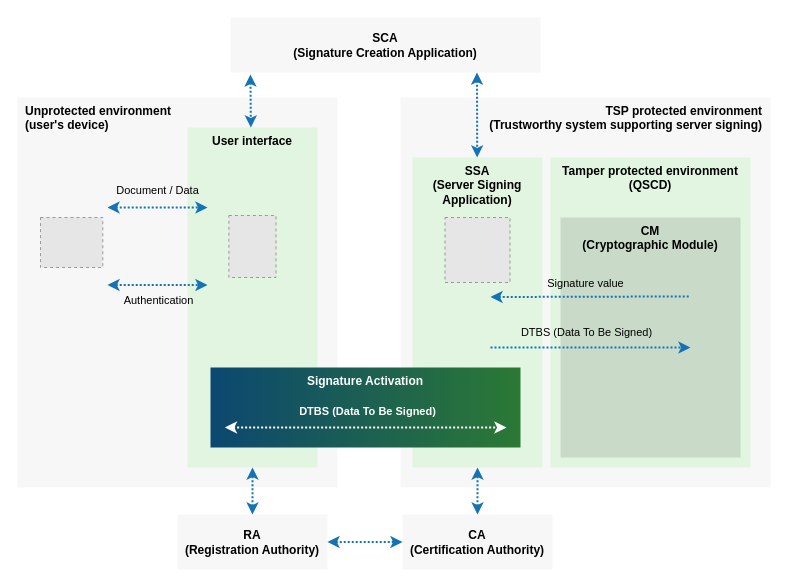
Earlier version of the draw.io diagram page "SCAL1" (2 of 4) of docs/assets/sam-integration/SCAL.drawio (OmniTrustILM/documentation). Source tidied: cells renumbered, new cells numbered last; positions are measured from the earlier drawing's top-left corner, leaving out a move shared by most shapes. Both pictures are drawn from the tidied source at 100%, with x=0, y=0 at pixel (17, 17). Pictures stored in the file or linked from it are replaced by grey dashed boxes.
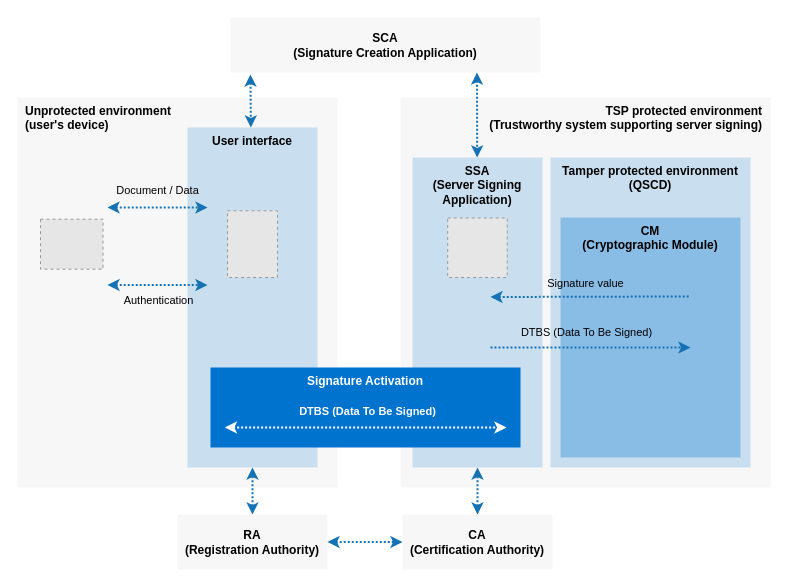
The same diagram, later.

What changed in the source:
```diff
@@
-    <mxCell id="3" value="User interface" style="rounded=0;whiteSpace=wrap;html=1;fontFamily=Arial;verticalAlign=top;strokeColor=none;fillColor=#E1F5E0;fontStyle=1;" parent="1" vertex="1">
+    <mxCell id="3" value="User interface" style="rounded=0;whiteSpace=wrap;html=1;fontFamily=Arial;verticalAlign=top;strokeColor=none;fillColor=#0073CF30;fontStyle=1;" parent="1" vertex="1">
       <mxGeometry x="170" y="110" width="130" height="340" as="geometry" />
     </mxCell>
@@
-    <mxCell id="5" value="SSA&lt;br&gt;(Server Signing Application)" style="rounded=0;whiteSpace=wrap;html=1;fontFamily=Arial;verticalAlign=top;strokeColor=none;fillColor=#E1F5E0;fontStyle=1;" parent="1" vertex="1">
+    <mxCell id="5" value="SSA&lt;br&gt;(Server Signing Application)" style="rounded=0;whiteSpace=wrap;html=1;fontFamily=Arial;verticalAlign=top;strokeColor=none;fillColor=#0073CF30;fontStyle=1;" parent="1" vertex="1">
       <mxGeometry x="395" y="140" width="130" height="310" as="geometry" />
     </mxCell>
-    <mxCell id="6" value="Tamper protected environment&lt;br&gt;(QSCD)" style="rounded=0;whiteSpace=wrap;html=1;fontFamily=Arial;verticalAlign=top;strokeColor=none;fillColor=#E1F5E0;fontStyle=1;" parent="1" vertex="1">
+    <mxCell id="6" value="Tamper protected environment&lt;br&gt;(QSCD)" style="rounded=0;whiteSpace=wrap;html=1;fontFamily=Arial;verticalAlign=top;strokeColor=none;fillColor=#0073CF30;fontStyle=1;" parent="1" vertex="1">
       <mxGeometry x="533" y="140" width="200" height="310" as="geometry" />
     </mxCell>
-    <mxCell id="7" value="CM&lt;br&gt;(Cryptographic Module)" style="rounded=0;whiteSpace=wrap;html=1;fontFamily=Arial;verticalAlign=top;strokeColor=none;fillColor=#C9DBC8;fontStyle=1;" parent="1" vertex="1">
+    <mxCell id="7" value="CM&lt;br&gt;(Cryptographic Module)" style="rounded=0;whiteSpace=wrap;html=1;fontFamily=Arial;verticalAlign=top;strokeColor=none;fillColor=#0073CF50;fontStyle=1;" parent="1" vertex="1">
       <mxGeometry x="543" y="200" width="180" height="240" as="geometry" />
     </mxCell>
@@
-    <mxCell id="24" value="Signature Activation" style="rounded=0;whiteSpace=wrap;html=1;fontFamily=Arial;verticalAlign=top;strokeColor=none;fillColor=#2B7934;fontColor=#FFFFFF;gradientColor=#0C4770;gradientDirection=west;fontStyle=1;" parent="1" vertex="1">
+    <mxCell id="24" value="Signature Activation" style="rounded=0;whiteSpace=wrap;html=1;fontFamily=Arial;verticalAlign=top;strokeColor=none;fillColor=#0073CF;fontColor=#FFFFFF;gradientColor=none;gradientDirection=west;fontStyle=1;" parent="1" vertex="1">
       <mxGeometry x="193" y="350" width="310" height="80" as="geometry" />
     </mxCell>
@@
-    <mxCell id="27" style="fillColor=#E6E6E6;strokeColor=#999999;dashed=1;verticalLabelPosition=bottom;labelBackgroundColor=default;verticalAlign=top;fontFamily=Arial;fontColor=#000000;" parent="1" vertex="1">
-      <mxGeometry x="23" y="200" width="62.3" height="50" as="geometry" />
-    </mxCell>
-    <mxCell id="28" style="fillColor=#E6E6E6;strokeColor=#999999;dashed=1;verticalLabelPosition=bottom;labelBackgroundColor=default;verticalAlign=top;fontFamily=Arial;fontColor=#000000;" parent="1" vertex="1">
-      <mxGeometry x="211.4" y="198" width="47.1" height="62" as="geometry" />
-    </mxCell>
-    <mxCell id="29" style="fillColor=#E6E6E6;strokeColor=#999999;dashed=1;verticalLabelPosition=bottom;labelBackgroundColor=default;verticalAlign=top;fontFamily=Arial;" parent="1" vertex="1">
-      <mxGeometry x="427.5" y="200" width="65" height="65" as="geometry" />
-    </mxCell>
+    <mxCell id="30" style="fillColor=#E6E6E6;strokeColor=#999999;dashed=1;verticalLabelPosition=bottom;labelBackgroundColor=default;verticalAlign=top;" parent="1" vertex="1">
+      <mxGeometry x="430.2" y="200.5" width="59.5" height="59.5" as="geometry" />
+    </mxCell>
+    <mxCell id="31" style="fillColor=#E6E6E6;strokeColor=#999999;dashed=1;verticalLabelPosition=bottom;labelBackgroundColor=default;verticalAlign=top;" parent="1" vertex="1">
+      <mxGeometry x="210" y="193.3" width="50" height="66.7" as="geometry" />
+    </mxCell>
+    <mxCell id="32" style="fillColor=#E6E6E6;strokeColor=#999999;dashed=1;verticalLabelPosition=bottom;labelBackgroundColor=default;verticalAlign=top;" parent="1" vertex="1">
+      <mxGeometry x="23" y="201.7" width="62.5" height="50" as="geometry" />
+    </mxCell>
```
